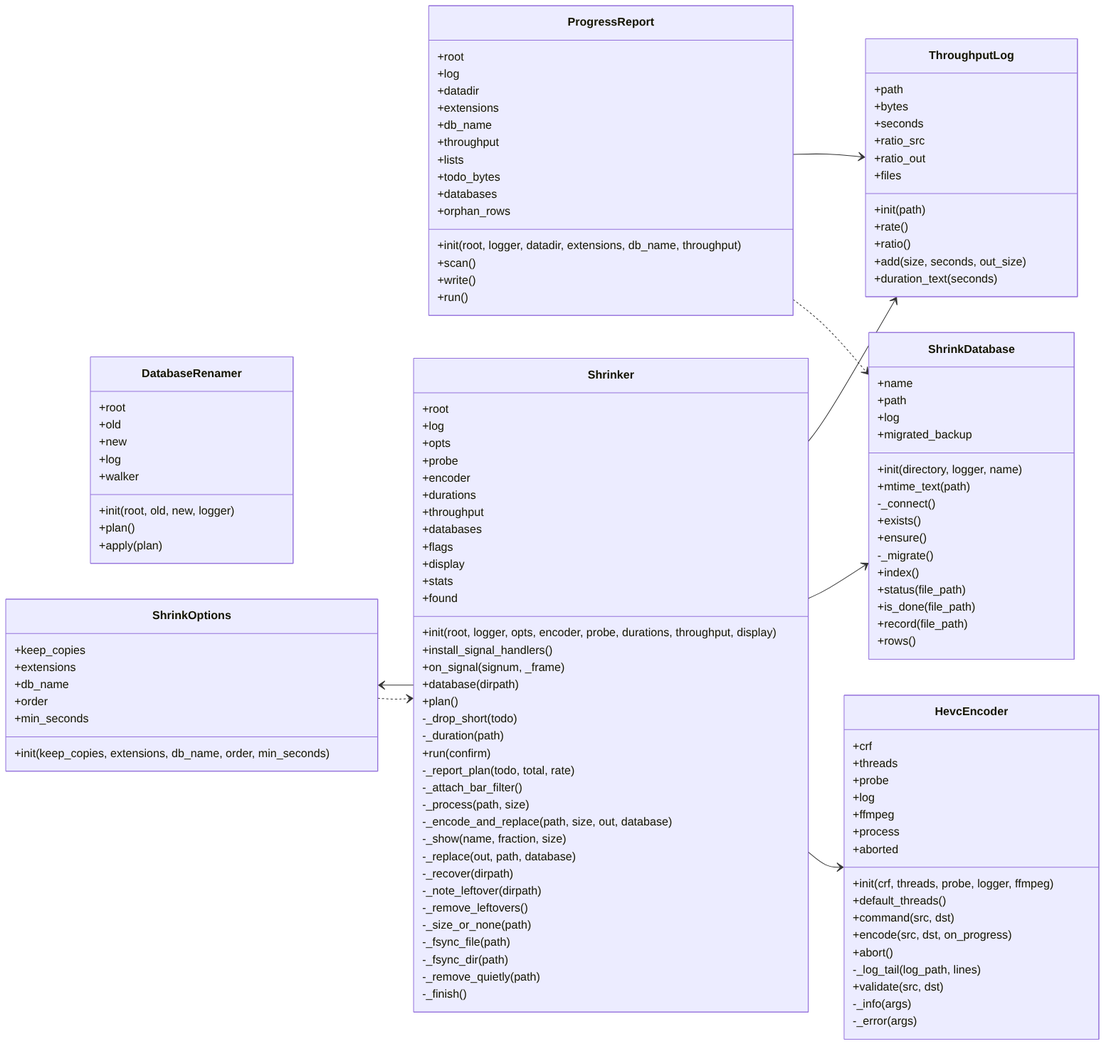
The Mermaid diagram docs/img/uml_shrink.png in peddanet/mediatools, before a commit. Its source is kept beside it as docs/img/uml_shrink.mmd. The source it was exported from:
```mermaid
classDiagram
  direction LR
  class ShrinkDatabase {
    +name
    +path
    +log
    +migrated_backup
    +init(directory, logger, name)
    +mtime_text(path)
    -_connect()
    +exists()
    +ensure()
    -_migrate()
    +index()
    +status(file_path)
    +is_done(file_path)
    +record(file_path)
    +rows()
  }
  class DatabaseRenamer {
    +root
    +old
    +new
    +log
    +walker
    +init(root, old, new, logger)
    +plan()
    +apply(plan)
  }
  class HevcEncoder {
    +crf
    +threads
    +niceness
    +probe
    +log
    +ffmpeg
    +process
    +aborted
    +init(crf, threads, probe, logger, ffmpeg, niceness)
    +default_threads()
    +command(src, dst)
    +encode(src, dst, on_progress)
    +abort()
    -_log_tail(log_path, lines)
    +validate(src, dst)
    -_info(args)
    -_error(args)
  }
  class ShrinkOptions {
    +keep_copies
    +extensions
    +db_name
    +order
    +min_seconds
    +init(keep_copies, extensions, db_name, order, min_seconds)
  }
  class ProgressReport {
    +root
    +log
    +datadir
    +extensions
    +db_name
    +throughput
    +lists
    +todo_bytes
    +databases
    +orphan_rows
    +init(root, logger, datadir, extensions, db_name, throughput)
    +scan()
    +write()
    +run()
  }
  class Shrinker {
    +root
    +log
    +opts
    +probe
    +encoder
    +durations
    +throughput
    +databases
    +flags
    +display
    +stats
    +found
    +init(root, logger, opts, encoder, probe, durations, throughput, display)
    +install_signal_handlers()
    +on_signal(signum, _frame)
    +database(dirpath)
    +plan()
    -_drop_short(todo)
    -_duration(path)
    +run(confirm)
    -_report_plan(todo, total, rate)
    -_attach_bar_filter()
    -_process(path, size)
    -_encode_and_replace(path, size, out, database)
    -_show(name, fraction, size)
    -_replace(out, path, database)
    -_recover(dirpath)
    -_note_leftover(dirpath)
    -_remove_leftovers()
    -_size_or_none(path)
    -_fsync_file(path)
    -_fsync_dir(path)
    -_remove_quietly(path)
    -_finish()
  }
  class ThroughputLog {
    +path
    +bytes
    +seconds
    +ratio_src
    +ratio_out
    +files
    +init(path)
    +rate()
    +ratio()
    +add(size, seconds, out_size)
    +duration_text(seconds)
  }
  ShrinkOptions ..> Shrinker
  ProgressReport ..> ShrinkDatabase
  ProgressReport --> ThroughputLog
  Shrinker --> HevcEncoder
  Shrinker --> ShrinkDatabase
  Shrinker --> ShrinkOptions
  Shrinker --> ThroughputLog
```
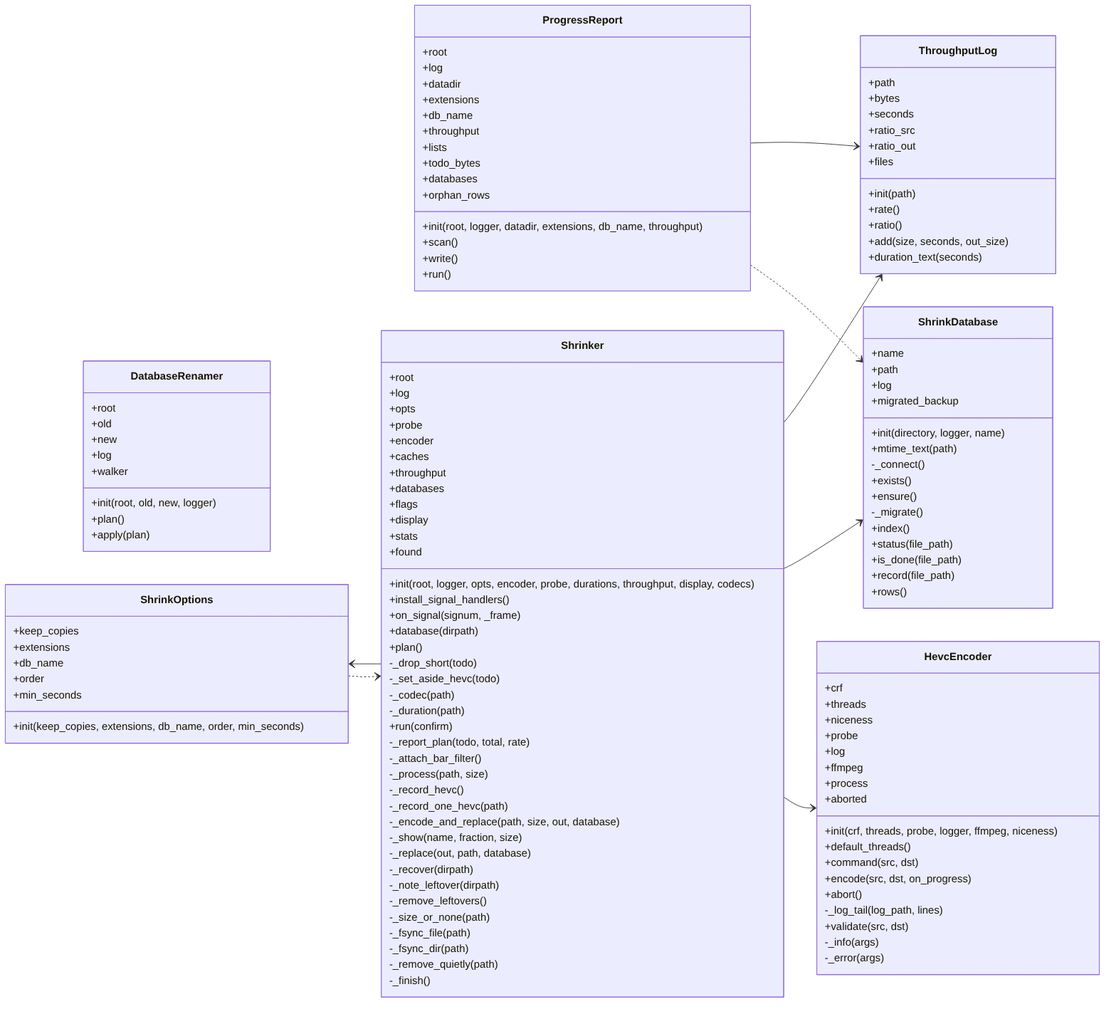
The same file after the commit.

Change to the diagram source:
```diff
@@ -76,24 +76,28 @@
     +opts
     +probe
     +encoder
-    +durations
+    +caches
     +throughput
     +databases
     +flags
     +display
     +stats
     +found
-    +init(root, logger, opts, encoder, probe, durations, throughput, display)
+    +init(root, logger, opts, encoder, probe, durations, throughput, display, codecs)
     +install_signal_handlers()
     +on_signal(signum, _frame)
     +database(dirpath)
     +plan()
     -_drop_short(todo)
+    -_set_aside_hevc(todo)
+    -_codec(path)
     -_duration(path)
     +run(confirm)
     -_report_plan(todo, total, rate)
     -_attach_bar_filter()
     -_process(path, size)
+    -_record_hevc()
+    -_record_one_hevc(path)
     -_encode_and_replace(path, size, out, database)
     -_show(name, fraction, size)
     -_replace(out, path, database)
```
